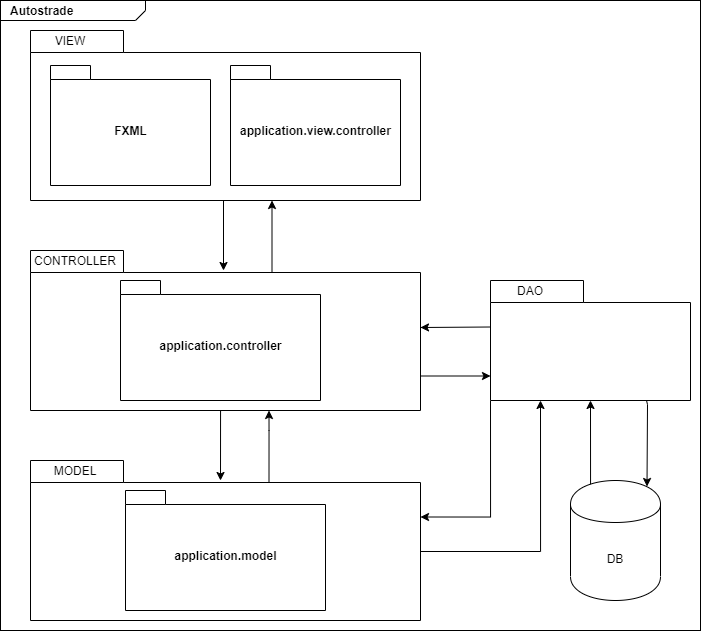
The draw.io diagram doc/Diagrammi/Package Diagram.png in thoser369/Autostrade, before a commit. Source tidied: cells renumbered, new cells last; positions are measured from the earlier drawing's top-left corner, leaving out a move shared by most shapes.
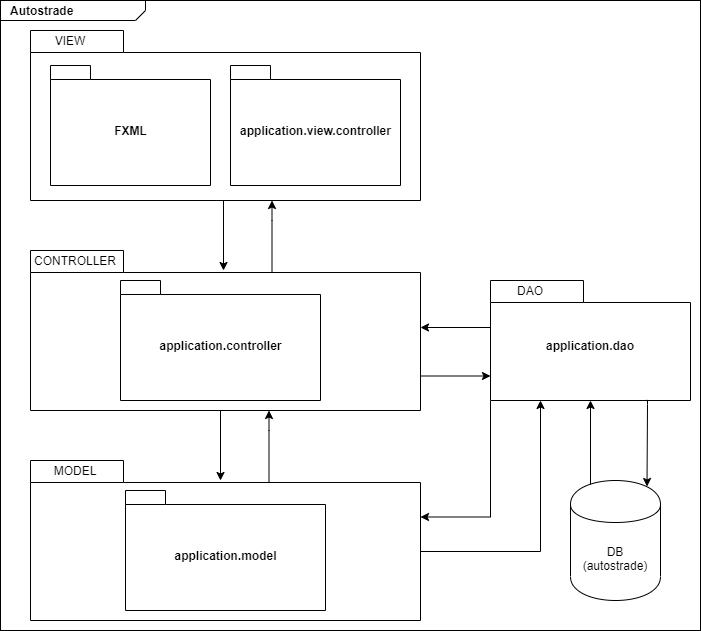
After the change.

Commit message:
revisione diagrammi

What changed in the source:
```diff
@@ -108,8 +108,11 @@
         </Array>
       </mxGeometry>
     </mxCell>
-    <mxCell id="25" value="DB" style="shape=cylinder;whiteSpace=wrap;html=1;boundedLbl=1;backgroundOutline=1;" parent="1" vertex="1">
+    <mxCell id="25" value="DB&lt;br&gt;(autostrade)" style="shape=cylinder;whiteSpace=wrap;html=1;boundedLbl=1;backgroundOutline=1;" parent="1" vertex="1">
       <mxGeometry x="570" y="480" width="90" height="120" as="geometry" />
     </mxCell>
+    <mxCell id="26" value="&lt;b&gt;application.dao&lt;/b&gt;" style="text;html=1;strokeColor=none;fillColor=none;align=center;verticalAlign=middle;whiteSpace=wrap;rounded=0;" parent="1" vertex="1">
+      <mxGeometry x="530" y="335" width="120" height="20" as="geometry" />
+    </mxCell>
   </root>
 </mxGraphModel>
```
